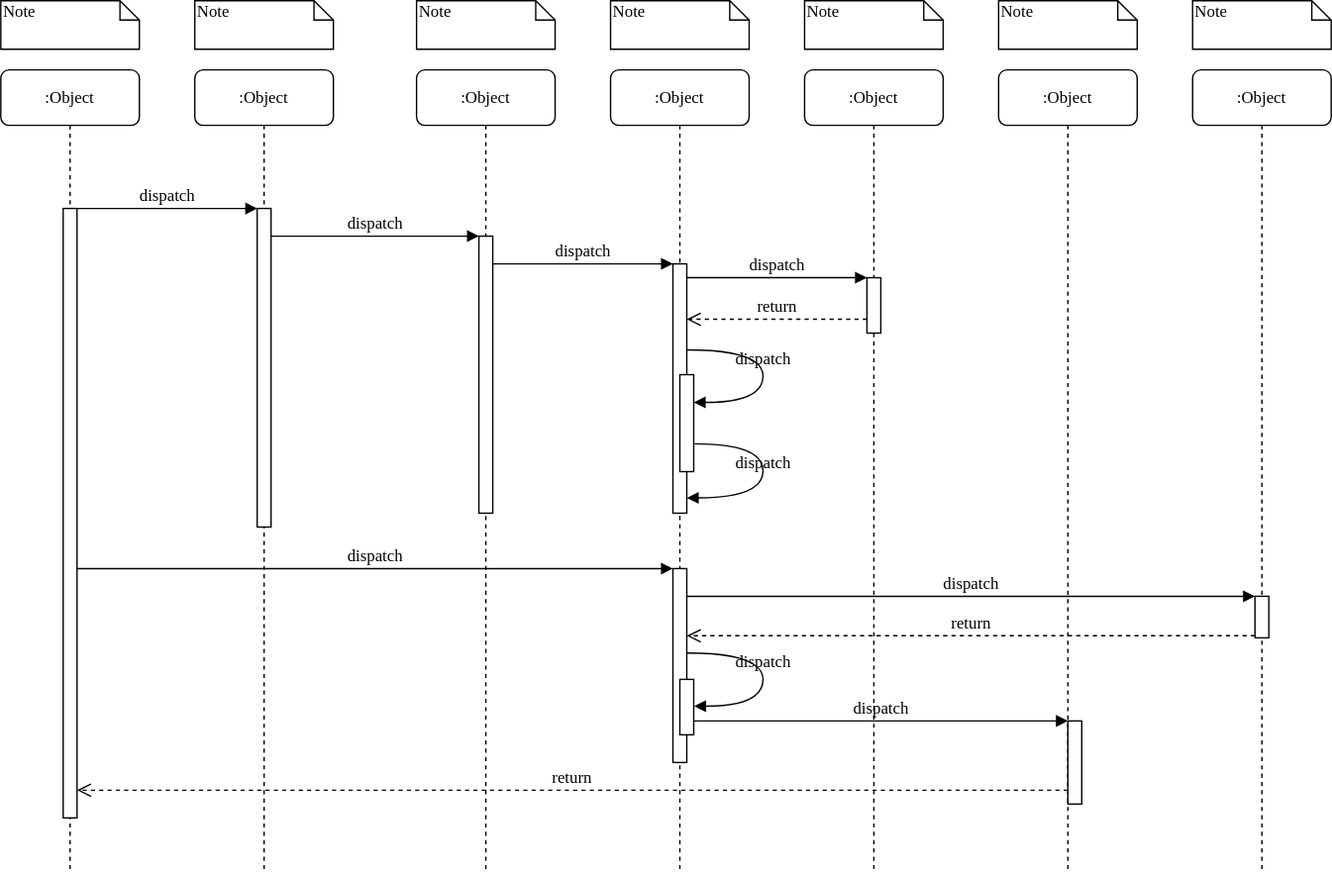
This is database_thread.svg from haerdib/substraTEE_diagramms, a draw.io export, as it was before one commit. Source tidied: cells renumbered, new cells last; positions are measured from the earlier drawing's top-left corner, leaving out a move shared by most shapes.
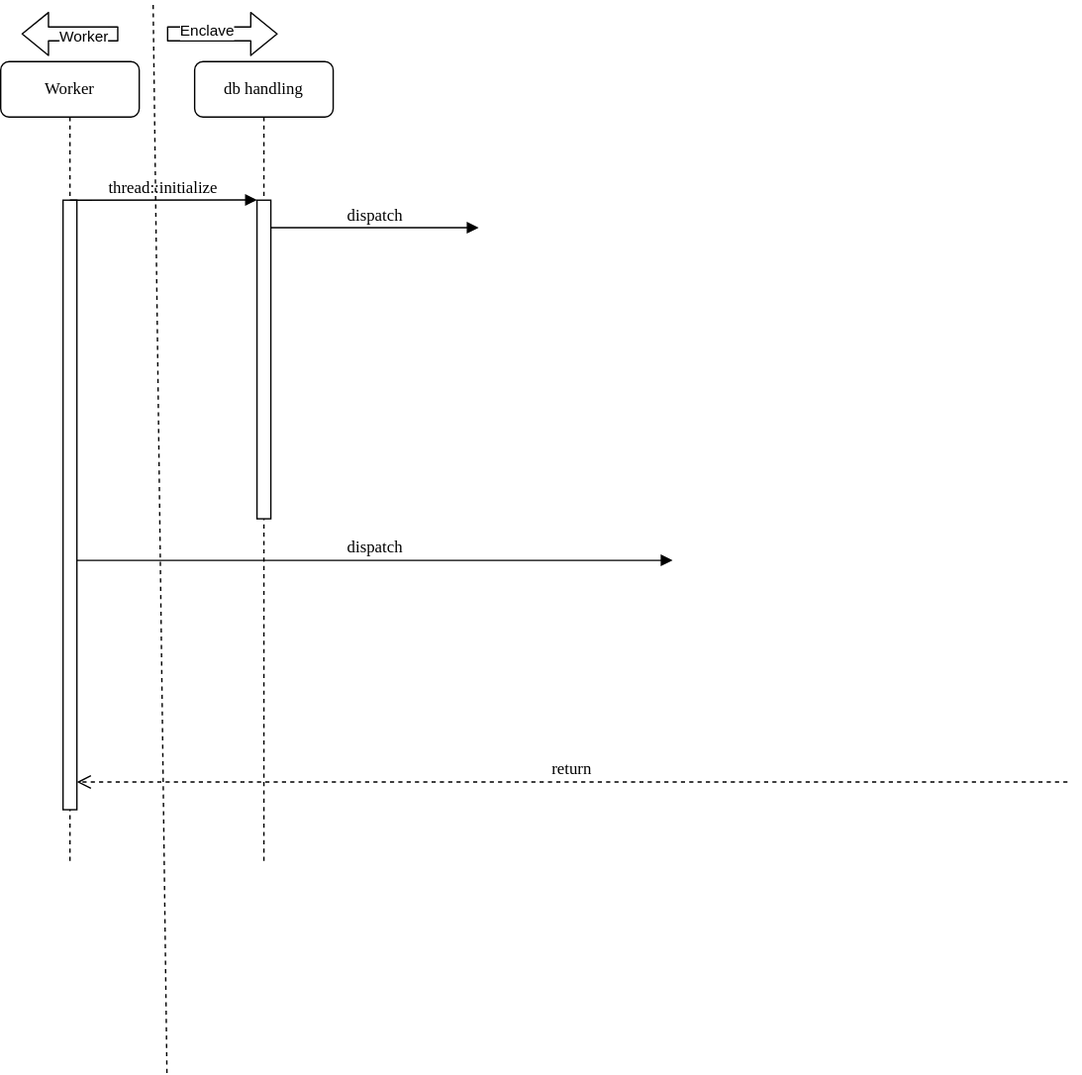
Later version of the same file.

What changed in the source:
```diff
@@ -2,147 +2,62 @@
   <root>
     <mxCell id="0" />
     <mxCell id="1" parent="0" />
-    <mxCell id="2" value=":Object" style="shape=umlLifeline;perimeter=lifelinePerimeter;whiteSpace=wrap;html=1;rounded=1;shadow=0;comic=0;labelBackgroundColor=none;strokeWidth=1;fontFamily=Verdana;fontSize=12;align=center;" parent="1" vertex="1">
+    <mxCell id="2" value="&lt;div&gt;db handling&lt;/div&gt;" style="shape=umlLifeline;perimeter=lifelinePerimeter;whiteSpace=wrap;html=1;rounded=1;shadow=0;comic=0;labelBackgroundColor=none;strokeWidth=1;fontFamily=Verdana;fontSize=12;align=center;" parent="1" vertex="1">
       <mxGeometry x="140" y="50" width="100" height="580" as="geometry" />
     </mxCell>
     <mxCell id="3" style="html=1;points=[];perimeter=orthogonalPerimeter;rounded=0;shadow=0;comic=0;labelBackgroundColor=none;strokeWidth=1;fontFamily=Verdana;fontSize=12;align=center;" parent="2" vertex="1">
       <mxGeometry x="45" y="100" width="10" height="230" as="geometry" />
     </mxCell>
-    <mxCell id="4" value=":Object" style="shape=umlLifeline;perimeter=lifelinePerimeter;whiteSpace=wrap;html=1;rounded=1;shadow=0;comic=0;labelBackgroundColor=none;strokeWidth=1;fontFamily=Verdana;fontSize=12;align=center;" parent="1" vertex="1">
-      <mxGeometry x="300" y="50" width="100" height="580" as="geometry" />
-    </mxCell>
-    <mxCell id="5" style="html=1;points=[];perimeter=orthogonalPerimeter;rounded=0;shadow=0;comic=0;labelBackgroundColor=none;strokeWidth=1;fontFamily=Verdana;fontSize=12;align=center;" parent="4" vertex="1">
-      <mxGeometry x="45" y="120" width="10" height="200" as="geometry" />
-    </mxCell>
-    <mxCell id="6" value=":Object" style="shape=umlLifeline;perimeter=lifelinePerimeter;whiteSpace=wrap;html=1;rounded=1;shadow=0;comic=0;labelBackgroundColor=none;strokeWidth=1;fontFamily=Verdana;fontSize=12;align=center;" parent="1" vertex="1">
-      <mxGeometry x="440" y="50" width="100" height="580" as="geometry" />
-    </mxCell>
-    <mxCell id="7" value=":Object" style="shape=umlLifeline;perimeter=lifelinePerimeter;whiteSpace=wrap;html=1;rounded=1;shadow=0;comic=0;labelBackgroundColor=none;strokeWidth=1;fontFamily=Verdana;fontSize=12;align=center;" parent="1" vertex="1">
-      <mxGeometry x="580" y="50" width="100" height="580" as="geometry" />
-    </mxCell>
-    <mxCell id="8" value=":Object" style="shape=umlLifeline;perimeter=lifelinePerimeter;whiteSpace=wrap;html=1;rounded=1;shadow=0;comic=0;labelBackgroundColor=none;strokeWidth=1;fontFamily=Verdana;fontSize=12;align=center;" parent="1" vertex="1">
-      <mxGeometry x="720" y="50" width="100" height="580" as="geometry" />
-    </mxCell>
-    <mxCell id="9" value=":Object" style="shape=umlLifeline;perimeter=lifelinePerimeter;whiteSpace=wrap;html=1;rounded=1;shadow=0;comic=0;labelBackgroundColor=none;strokeWidth=1;fontFamily=Verdana;fontSize=12;align=center;" parent="1" vertex="1">
-      <mxGeometry x="860" y="50" width="100" height="580" as="geometry" />
-    </mxCell>
-    <mxCell id="10" value=":Object" style="shape=umlLifeline;perimeter=lifelinePerimeter;whiteSpace=wrap;html=1;rounded=1;shadow=0;comic=0;labelBackgroundColor=none;strokeWidth=1;fontFamily=Verdana;fontSize=12;align=center;" parent="1" vertex="1">
+    <mxCell id="10" value="Worker" style="shape=umlLifeline;perimeter=lifelinePerimeter;whiteSpace=wrap;html=1;rounded=1;shadow=0;comic=0;labelBackgroundColor=none;strokeWidth=1;fontFamily=Verdana;fontSize=12;align=center;" parent="1" vertex="1">
       <mxGeometry y="50" width="100" height="580" as="geometry" />
     </mxCell>
     <mxCell id="11" style="html=1;points=[];perimeter=orthogonalPerimeter;rounded=0;shadow=0;comic=0;labelBackgroundColor=none;strokeWidth=1;fontFamily=Verdana;fontSize=12;align=center;" parent="10" vertex="1">
       <mxGeometry x="45" y="100" width="10" height="440" as="geometry" />
     </mxCell>
-    <mxCell id="12" style="html=1;points=[];perimeter=orthogonalPerimeter;rounded=0;shadow=0;comic=0;labelBackgroundColor=none;strokeWidth=1;fontFamily=Verdana;fontSize=12;align=center;" parent="1" vertex="1">
-      <mxGeometry x="485" y="190" width="10" height="180" as="geometry" />
-    </mxCell>
-    <mxCell id="13" value="dispatch" style="html=1;verticalAlign=bottom;endArrow=block;labelBackgroundColor=none;fontFamily=Verdana;fontSize=12;edgeStyle=elbowEdgeStyle;elbow=vertical;" parent="1" edge="1" source="5" target="12">
-      <mxGeometry relative="1" as="geometry">
-        <Array as="points">
-          <mxPoint x="360" y="190" />
-        </Array>
-      </mxGeometry>
-    </mxCell>
-    <mxCell id="14" style="html=1;points=[];perimeter=orthogonalPerimeter;rounded=0;shadow=0;comic=0;labelBackgroundColor=none;strokeWidth=1;fontFamily=Verdana;fontSize=12;align=center;" parent="1" vertex="1">
-      <mxGeometry x="625" y="200" width="10" height="40" as="geometry" />
-    </mxCell>
-    <mxCell id="15" value="dispatch" style="html=1;verticalAlign=bottom;endArrow=block;entryX=0;entryY=0;labelBackgroundColor=none;fontFamily=Verdana;fontSize=12;edgeStyle=elbowEdgeStyle;elbow=vertical;" parent="1" edge="1" source="12" target="14">
-      <mxGeometry relative="1" as="geometry" />
-    </mxCell>
-    <mxCell id="16" value="return" style="html=1;verticalAlign=bottom;endArrow=open;dashed=1;endSize=8;labelBackgroundColor=none;fontFamily=Verdana;fontSize=12;edgeStyle=elbowEdgeStyle;elbow=vertical;" parent="1" edge="1" source="14" target="12">
-      <mxGeometry relative="1" as="geometry">
-        <Array as="points">
-          <mxPoint x="570" y="230" />
-          <mxPoint x="600" y="230" />
-        </Array>
-      </mxGeometry>
-    </mxCell>
-    <mxCell id="17" style="html=1;points=[];perimeter=orthogonalPerimeter;rounded=0;shadow=0;comic=0;labelBackgroundColor=none;strokeWidth=1;fontFamily=Verdana;fontSize=12;align=center;" parent="1" vertex="1">
-      <mxGeometry x="485" y="410" width="10" height="140" as="geometry" />
-    </mxCell>
-    <mxCell id="18" value="dispatch" style="html=1;verticalAlign=bottom;endArrow=block;entryX=0;entryY=0;labelBackgroundColor=none;fontFamily=Verdana;fontSize=12;" parent="1" edge="1" source="11" target="17">
-      <mxGeometry relative="1" as="geometry" />
+    <mxCell id="18" value="dispatch" style="html=1;verticalAlign=bottom;endArrow=block;entryX=0;entryY=0;labelBackgroundColor=none;fontFamily=Verdana;fontSize=12;" parent="1" edge="1" source="11">
+      <mxGeometry relative="1" as="geometry">
+        <mxPoint x="485" y="410" as="targetPoint" />
+      </mxGeometry>
     </mxCell>
-    <mxCell id="19" style="html=1;points=[];perimeter=orthogonalPerimeter;rounded=0;shadow=0;comic=0;labelBackgroundColor=none;strokeColor=#000000;strokeWidth=1;fillColor=#FFFFFF;fontFamily=Verdana;fontSize=12;fontColor=#000000;align=center;" parent="1" vertex="1">
-      <mxGeometry x="905" y="430" width="10" height="30" as="geometry" />
-    </mxCell>
-    <mxCell id="20" value="dispatch" style="html=1;verticalAlign=bottom;endArrow=block;entryX=0;entryY=0;labelBackgroundColor=none;fontFamily=Verdana;fontSize=12;" parent="1" edge="1" source="17" target="19">
-      <mxGeometry relative="1" as="geometry" />
-    </mxCell>
-    <mxCell id="21" value="return" style="html=1;verticalAlign=bottom;endArrow=open;dashed=1;endSize=8;exitX=0;exitY=0.95;labelBackgroundColor=none;fontFamily=Verdana;fontSize=12;" parent="1" edge="1" source="19" target="17">
-      <mxGeometry relative="1" as="geometry" />
-    </mxCell>
-    <mxCell id="22" style="html=1;points=[];perimeter=orthogonalPerimeter;rounded=0;shadow=0;comic=0;labelBackgroundColor=none;strokeWidth=1;fontFamily=Verdana;fontSize=12;align=center;" parent="1" vertex="1">
-      <mxGeometry x="770" y="520" width="10" height="60" as="geometry" />
-    </mxCell>
-    <mxCell id="23" value="dispatch" style="html=1;verticalAlign=bottom;endArrow=block;entryX=0;entryY=0;labelBackgroundColor=none;fontFamily=Verdana;fontSize=12;edgeStyle=elbowEdgeStyle;elbow=vertical;" parent="1" edge="1" source="30" target="22">
-      <mxGeometry relative="1" as="geometry" />
-    </mxCell>
-    <mxCell id="24" value="return" style="html=1;verticalAlign=bottom;endArrow=open;dashed=1;endSize=8;labelBackgroundColor=none;fontFamily=Verdana;fontSize=12;edgeStyle=elbowEdgeStyle;elbow=vertical;" parent="1" edge="1" source="22" target="11">
+    <mxCell id="24" value="return" style="html=1;verticalAlign=bottom;endArrow=open;dashed=1;endSize=8;labelBackgroundColor=none;fontFamily=Verdana;fontSize=12;edgeStyle=elbowEdgeStyle;elbow=vertical;" parent="1" edge="1" target="11">
       <mxGeometry relative="1" as="geometry">
+        <mxPoint x="770" y="570" as="sourcePoint" />
         <Array as="points">
           <mxPoint x="470" y="570" />
         </Array>
       </mxGeometry>
     </mxCell>
-    <mxCell id="25" value="dispatch" style="html=1;verticalAlign=bottom;endArrow=block;entryX=0;entryY=0;labelBackgroundColor=none;fontFamily=Verdana;fontSize=12;edgeStyle=elbowEdgeStyle;elbow=vertical;" parent="1" edge="1" source="11" target="3">
+    <mxCell id="25" value="&lt;span style=&quot;background-color: rgb(255 , 255 , 255)&quot;&gt;thread::initialize&lt;/span&gt;" style="html=1;verticalAlign=bottom;endArrow=block;entryX=0;entryY=0;labelBackgroundColor=none;fontFamily=Verdana;fontSize=12;edgeStyle=elbowEdgeStyle;elbow=vertical;" parent="1" edge="1" source="11" target="3">
       <mxGeometry relative="1" as="geometry" />
     </mxCell>
+    <mxCell id="39" style="endArrow=none;dashed=1;html=1;" parent="1" edge="1">
+      <mxGeometry relative="1" as="geometry">
+        <mxPoint x="120" y="780" as="sourcePoint" />
+        <mxPoint x="110" y="6" as="targetPoint" />
+      </mxGeometry>
+    </mxCell>
-    <mxCell id="26" value="dispatch" style="html=1;verticalAlign=bottom;endArrow=block;entryX=0;entryY=0;labelBackgroundColor=none;fontFamily=Verdana;fontSize=12;edgeStyle=elbowEdgeStyle;elbow=vertical;" parent="1" edge="1" source="3" target="5">
-      <mxGeometry relative="1" as="geometry" />
+    <mxCell id="26" value="dispatch" style="html=1;verticalAlign=bottom;endArrow=block;entryX=0;entryY=0;labelBackgroundColor=none;fontFamily=Verdana;fontSize=12;edgeStyle=elbowEdgeStyle;elbow=vertical;" parent="1" edge="1" source="3">
+      <mxGeometry relative="1" as="geometry">
+        <mxPoint x="345" y="170" as="targetPoint" />
+      </mxGeometry>
     </mxCell>
-    <mxCell id="27" style="html=1;points=[];perimeter=orthogonalPerimeter;rounded=0;shadow=0;comic=0;labelBackgroundColor=none;strokeWidth=1;fontFamily=Verdana;fontSize=12;align=center;" parent="1" vertex="1">
-      <mxGeometry x="490" y="270" width="10" height="70" as="geometry" />
-    </mxCell>
-    <mxCell id="28" value="dispatch" style="html=1;verticalAlign=bottom;endArrow=block;labelBackgroundColor=none;fontFamily=Verdana;fontSize=12;elbow=vertical;edgeStyle=orthogonalEdgeStyle;curved=1;entryX=1;entryY=0.286;entryPerimeter=0;exitX=1.038;exitY=0.345;exitPerimeter=0;" parent="1" edge="1" source="12" target="27">
-      <mxGeometry relative="1" as="geometry">
-        <Array as="points">
-          <mxPoint x="550" y="252" />
-          <mxPoint x="550" y="290" />
-        </Array>
-      </mxGeometry>
-    </mxCell>
-    <mxCell id="29" value="dispatch" style="html=1;verticalAlign=bottom;endArrow=block;labelBackgroundColor=none;fontFamily=Verdana;fontSize=12;elbow=vertical;edgeStyle=orthogonalEdgeStyle;curved=1;exitX=1.066;exitY=0.713;exitPerimeter=0;" parent="1" edge="1" source="27">
-      <mxGeometry relative="1" as="geometry">
-        <mxPoint x="495" y="359" as="targetPoint" />
-        <Array as="points">
-          <mxPoint x="550" y="320" />
-          <mxPoint x="550" y="359" />
-        </Array>
-      </mxGeometry>
-    </mxCell>
-    <mxCell id="30" style="html=1;points=[];perimeter=orthogonalPerimeter;rounded=0;shadow=0;comic=0;labelBackgroundColor=none;strokeWidth=1;fontFamily=Verdana;fontSize=12;align=center;" parent="1" vertex="1">
-      <mxGeometry x="490" y="490" width="10" height="40" as="geometry" />
-    </mxCell>
-    <mxCell id="31" value="dispatch" style="html=1;verticalAlign=bottom;endArrow=block;labelBackgroundColor=none;fontFamily=Verdana;fontSize=12;elbow=vertical;edgeStyle=orthogonalEdgeStyle;curved=1;entryX=1;entryY=0.286;entryPerimeter=0;exitX=1.038;exitY=0.345;exitPerimeter=0;" parent="1" edge="1">
-      <mxGeometry relative="1" as="geometry">
-        <mxPoint x="495.3" y="471" as="sourcePoint" />
-        <mxPoint x="500.3" y="509.3" as="targetPoint" />
-        <Array as="points">
-          <mxPoint x="550" y="471" />
-          <mxPoint x="550" y="509" />
-        </Array>
-      </mxGeometry>
-    </mxCell>
-    <mxCell id="32" value="Note" style="shape=note;whiteSpace=wrap;html=1;size=14;verticalAlign=top;align=left;spacingTop=-6;rounded=0;shadow=0;comic=0;labelBackgroundColor=none;strokeWidth=1;fontFamily=Verdana;fontSize=12;" parent="1" vertex="1">
-      <mxGeometry width="100" height="35" as="geometry" />
-    </mxCell>
-    <mxCell id="33" value="Note" style="shape=note;whiteSpace=wrap;html=1;size=14;verticalAlign=top;align=left;spacingTop=-6;rounded=0;shadow=0;comic=0;labelBackgroundColor=none;strokeWidth=1;fontFamily=Verdana;fontSize=12;" parent="1" vertex="1">
-      <mxGeometry x="140" width="100" height="35" as="geometry" />
-    </mxCell>
-    <mxCell id="34" value="Note" style="shape=note;whiteSpace=wrap;html=1;size=14;verticalAlign=top;align=left;spacingTop=-6;rounded=0;shadow=0;comic=0;labelBackgroundColor=none;strokeWidth=1;fontFamily=Verdana;fontSize=12;" parent="1" vertex="1">
-      <mxGeometry x="300" width="100" height="35" as="geometry" />
-    </mxCell>
-    <mxCell id="35" value="Note" style="shape=note;whiteSpace=wrap;html=1;size=14;verticalAlign=top;align=left;spacingTop=-6;rounded=0;shadow=0;comic=0;labelBackgroundColor=none;strokeWidth=1;fontFamily=Verdana;fontSize=12;" parent="1" vertex="1">
-      <mxGeometry x="440" width="100" height="35" as="geometry" />
-    </mxCell>
-    <mxCell id="36" value="Note" style="shape=note;whiteSpace=wrap;html=1;size=14;verticalAlign=top;align=left;spacingTop=-6;rounded=0;shadow=0;comic=0;labelBackgroundColor=none;strokeWidth=1;fontFamily=Verdana;fontSize=12;" parent="1" vertex="1">
-      <mxGeometry x="580" width="100" height="35" as="geometry" />
-    </mxCell>
-    <mxCell id="37" value="Note" style="shape=note;whiteSpace=wrap;html=1;size=14;verticalAlign=top;align=left;spacingTop=-6;rounded=0;shadow=0;comic=0;labelBackgroundColor=none;strokeWidth=1;fontFamily=Verdana;fontSize=12;" parent="1" vertex="1">
-      <mxGeometry x="720" width="100" height="35" as="geometry" />
-    </mxCell>
-    <mxCell id="38" value="Note" style="shape=note;whiteSpace=wrap;html=1;size=14;verticalAlign=top;align=left;spacingTop=-6;rounded=0;shadow=0;comic=0;labelBackgroundColor=none;strokeWidth=1;fontFamily=Verdana;fontSize=12;" parent="1" vertex="1">
-      <mxGeometry x="860" width="100" height="35" as="geometry" />
-    </mxCell>
+    <mxCell id="40" style="shape=flexArrow;endArrow=classic;html=1;" parent="1" edge="1">
+      <mxGeometry relative="1" as="geometry">
+        <mxPoint x="120" y="30" as="sourcePoint" />
+        <mxPoint x="200" y="30" as="targetPoint" />
+      </mxGeometry>
+    </mxCell>
+    <mxCell id="41" value="Enclave" style="edgeLabel;html=1;align=center;verticalAlign=middle;" parent="40" vertex="1">
+      <mxGeometry x="-0.28" y="2" relative="1" as="geometry" />
+    </mxCell>
+    <mxCell id="42" style="shape=flexArrow;endArrow=classic;html=1;" parent="1" edge="1">
+      <mxGeometry relative="1" as="geometry">
+        <mxPoint x="85" y="30" as="sourcePoint" />
+        <mxPoint x="15" y="30" as="targetPoint" />
+      </mxGeometry>
+    </mxCell>
+    <mxCell id="43" value="Worker" style="edgeLabel;html=1;align=center;verticalAlign=middle;" parent="42" vertex="1">
+      <mxGeometry x="-0.28" y="2" relative="1" as="geometry" />
+    </mxCell>
   </root>
 </mxGraphModel>
```
